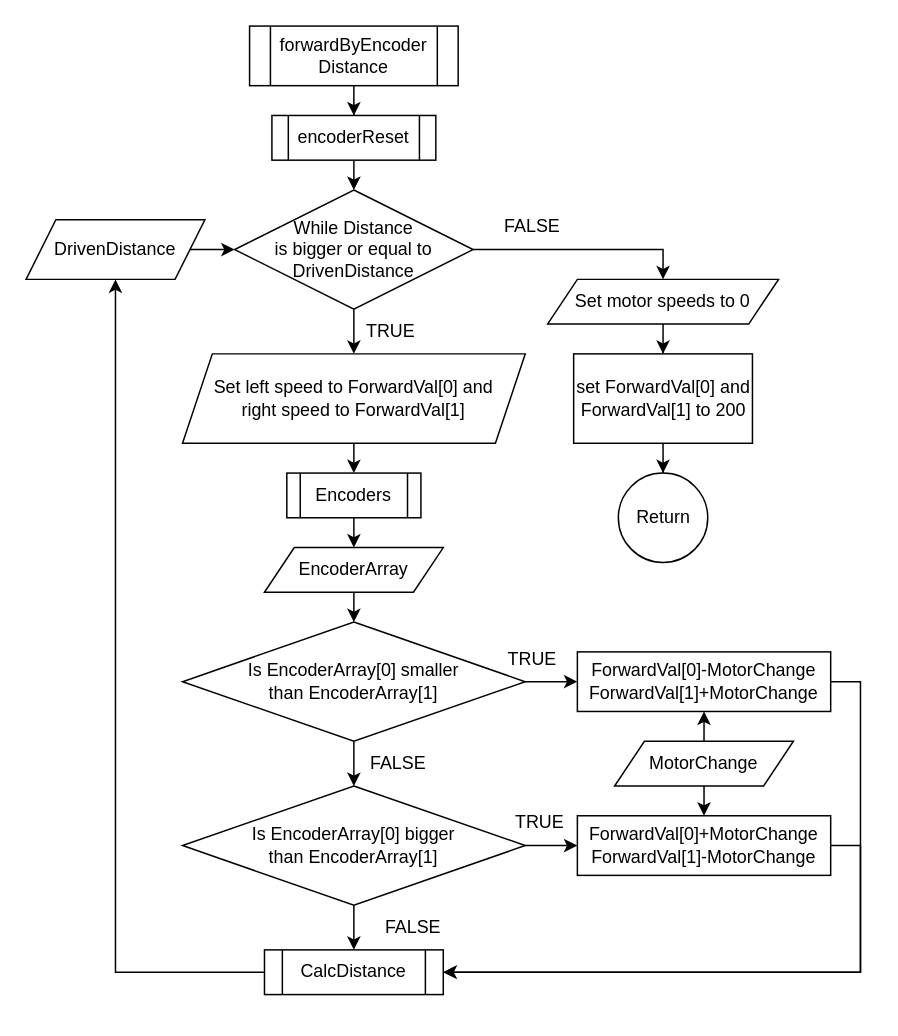
This is Draw/forwardByEncoder.drawio from jens1906/P1-project-1.-semester, a draw.io file, before an edit. Source tidied: cells renumbered, new cells numbered last; positions are measured from the earlier drawing's top-left corner, leaving out a move shared by most shapes. Both pictures are drawn from the tidied source at 149%, with x=0, y=0 at pixel (25, 25).
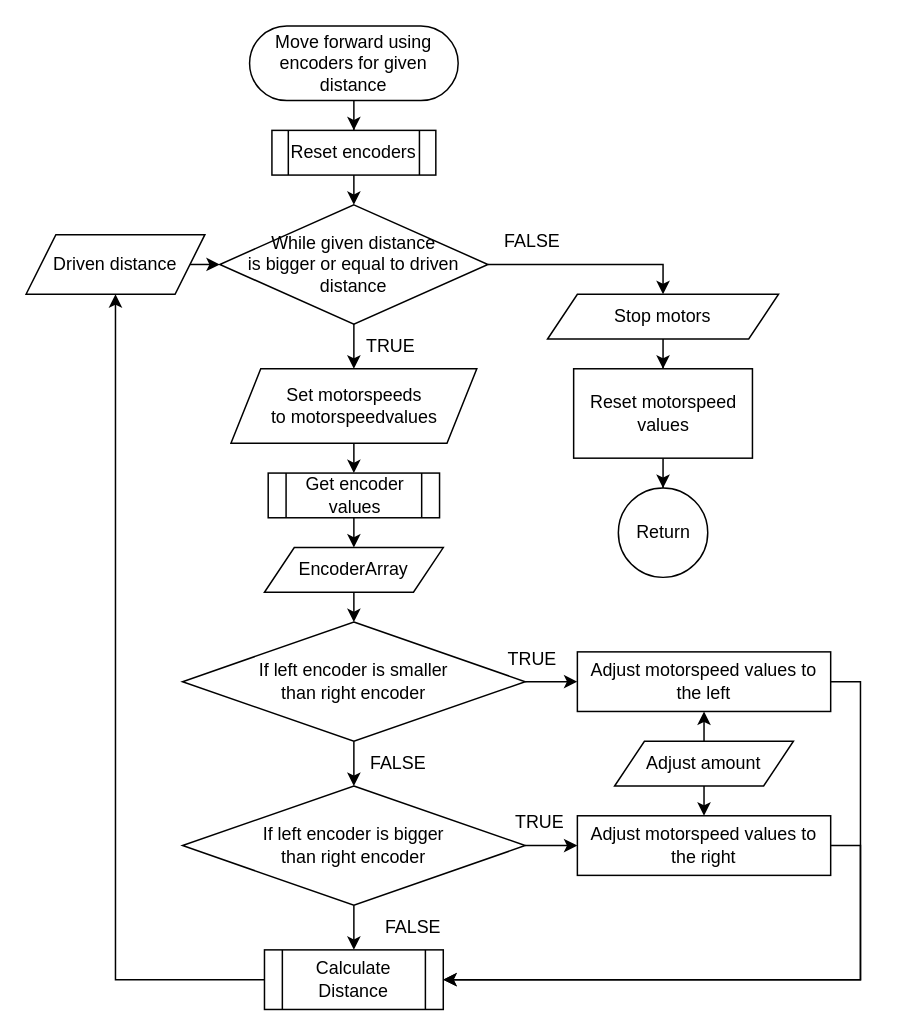
After the change.

What changed in the source:
```diff
@@
-    <mxCell id="3" value="forwardByEncoder&lt;br&gt;Distance" style="shape=process;whiteSpace=wrap;html=1;backgroundOutline=1;" parent="1" vertex="1">
-      <mxGeometry x="150" width="140" height="40" as="geometry" />
+    <mxCell id="3" value="Move forward using encoders for given distance" style="rounded=1;whiteSpace=wrap;html=1;arcSize=50;" parent="1" vertex="1">
+      <mxGeometry x="150" width="140" height="50" as="geometry" />
     </mxCell>
@@
-    <mxCell id="5" value="encoderReset" style="shape=process;whiteSpace=wrap;html=1;backgroundOutline=1;" parent="1" vertex="1">
-      <mxGeometry x="165" y="60" width="110" height="30" as="geometry" />
+    <mxCell id="5" value="Reset encoders" style="shape=process;whiteSpace=wrap;html=1;backgroundOutline=1;" parent="1" vertex="1">
+      <mxGeometry x="165" y="70" width="110" height="30" as="geometry" />
     </mxCell>
@@
-    <mxCell id="8" value="While Distance &lt;br&gt;is bigger or equal to DrivenDistance" style="rhombus;whiteSpace=wrap;html=1;" parent="1" vertex="1">
-      <mxGeometry x="140" y="110" width="160" height="80" as="geometry" />
+    <mxCell id="8" value="While given distance &lt;br&gt;is bigger or equal to driven distance" style="rhombus;whiteSpace=wrap;html=1;" parent="1" vertex="1">
+      <mxGeometry x="130" y="120" width="180" height="80" as="geometry" />
     </mxCell>
@@
-    <mxCell id="10" value="Set left speed to ForwardVal[0] and &lt;br&gt;right speed to ForwardVal[1]" style="shape=parallelogram;perimeter=parallelogramPerimeter;whiteSpace=wrap;html=1;fixedSize=1;" parent="1" vertex="1">
-      <mxGeometry x="105" y="220" width="230" height="60" as="geometry" />
+    <mxCell id="10" value="Set motorspeeds &lt;br&gt;to motorspeedvalues" style="shape=parallelogram;perimeter=parallelogramPerimeter;whiteSpace=wrap;html=1;fixedSize=1;" parent="1" vertex="1">
+      <mxGeometry x="137.5" y="230" width="165" height="50" as="geometry" />
     </mxCell>
@@
-    <mxCell id="12" value="Encoders" style="shape=process;whiteSpace=wrap;html=1;backgroundOutline=1;" parent="1" vertex="1">
-      <mxGeometry x="175" y="300" width="90" height="30" as="geometry" />
+    <mxCell id="12" value="Get encoder values" style="shape=process;whiteSpace=wrap;html=1;backgroundOutline=1;" parent="1" vertex="1">
+      <mxGeometry x="162.5" y="300" width="115" height="30" as="geometry" />
     </mxCell>
@@
-    <mxCell id="15" value="Is EncoderArray[0] smaller &lt;br&gt;than EncoderArray[1]" style="rhombus;whiteSpace=wrap;html=1;" parent="1" vertex="1">
+    <mxCell id="15" value="If left encoder is smaller &lt;br&gt;than right encoder" style="rhombus;whiteSpace=wrap;html=1;" parent="1" vertex="1">
       <mxGeometry x="105" y="400" width="230" height="80" as="geometry" />
     </mxCell>
@@
-    <mxCell id="19" value="ForwardVal[0]-MotorChange&lt;br&gt;ForwardVal[1]+MotorChange" style="rounded=0;whiteSpace=wrap;html=1;" parent="1" vertex="1">
+    <mxCell id="19" value="Adjust motorspeed values to the left" style="rounded=0;whiteSpace=wrap;html=1;" parent="1" vertex="1">
       <mxGeometry x="370" y="420" width="170" height="40" as="geometry" />
     </mxCell>
@@
-    <mxCell id="22" value="Is EncoderArray[0] bigger&lt;br&gt;than EncoderArray[1]" style="rhombus;whiteSpace=wrap;html=1;" parent="1" vertex="1">
+    <mxCell id="22" value="If left encoder is bigger&lt;br style=&quot;border-color: var(--border-color);&quot;&gt;than right encoder" style="rhombus;whiteSpace=wrap;html=1;" parent="1" vertex="1">
       <mxGeometry x="105" y="510" width="230" height="80" as="geometry" />
     </mxCell>
@@
-    <mxCell id="24" value="ForwardVal[0]+MotorChange&lt;br&gt;ForwardVal[1]-MotorChange" style="rounded=0;whiteSpace=wrap;html=1;" parent="1" vertex="1">
+    <mxCell id="24" value="Adjust motorspeed values to the right" style="rounded=0;whiteSpace=wrap;html=1;" parent="1" vertex="1">
       <mxGeometry x="370" y="530" width="170" height="40" as="geometry" />
     </mxCell>
@@
-    <mxCell id="30" value="DrivenDistance" style="shape=parallelogram;perimeter=parallelogramPerimeter;whiteSpace=wrap;html=1;fixedSize=1;" parent="1" vertex="1">
-      <mxGeometry y="130" width="120" height="40" as="geometry" />
+    <mxCell id="30" value="Driven distance" style="shape=parallelogram;perimeter=parallelogramPerimeter;whiteSpace=wrap;html=1;fixedSize=1;" parent="1" vertex="1">
+      <mxGeometry y="140" width="120" height="40" as="geometry" />
     </mxCell>
@@
-    <mxCell id="32" value="CalcDistance" style="shape=process;whiteSpace=wrap;html=1;backgroundOutline=1;" parent="1" vertex="1">
-      <mxGeometry x="160" y="620" width="120" height="30" as="geometry" />
+    <mxCell id="32" value="Calculate Distance" style="shape=process;whiteSpace=wrap;html=1;backgroundOutline=1;" parent="1" vertex="1">
+      <mxGeometry x="160" y="620" width="120" height="40" as="geometry" />
     </mxCell>
     <mxCell id="33" value="TRUE" style="text;html=1;strokeColor=none;fillColor=none;align=center;verticalAlign=middle;whiteSpace=wrap;rounded=0;" parent="1" vertex="1">
-      <mxGeometry x="215" y="190" width="60" height="30" as="geometry" />
+      <mxGeometry x="215" y="200" width="60" height="30" as="geometry" />
     </mxCell>
     <mxCell id="34" value="FALSE" style="text;html=1;strokeColor=none;fillColor=none;align=center;verticalAlign=middle;whiteSpace=wrap;rounded=0;" parent="1" vertex="1">
-      <mxGeometry x="310" y="120" width="60" height="30" as="geometry" />
+      <mxGeometry x="310" y="130" width="60" height="30" as="geometry" />
     </mxCell>
@@
-    <mxCell id="36" value="Set motor speeds to 0" style="shape=parallelogram;perimeter=parallelogramPerimeter;whiteSpace=wrap;html=1;fixedSize=1;" parent="1" vertex="1">
-      <mxGeometry x="350" y="170" width="155" height="30" as="geometry" />
+    <mxCell id="36" value="Stop motors" style="shape=parallelogram;perimeter=parallelogramPerimeter;whiteSpace=wrap;html=1;fixedSize=1;" parent="1" vertex="1">
+      <mxGeometry x="350" y="180" width="155" height="30" as="geometry" />
     </mxCell>
@@
-    <mxCell id="38" value="set ForwardVal[0] and ForwardVal[1] to 200" style="whiteSpace=wrap;html=1;rounded=0;" parent="1" vertex="1">
-      <mxGeometry x="367.5" y="220" width="120" height="60" as="geometry" />
+    <mxCell id="38" value="Reset motorspeed values" style="whiteSpace=wrap;html=1;rounded=0;" parent="1" vertex="1">
+      <mxGeometry x="367.5" y="230" width="120" height="60" as="geometry" />
     </mxCell>
     <mxCell id="39" value="Return" style="ellipse;whiteSpace=wrap;html=1;rounded=0;" parent="1" vertex="1">
-      <mxGeometry x="397.5" y="300" width="60" height="60" as="geometry" />
+      <mxGeometry x="397.5" y="310" width="60" height="60" as="geometry" />
     </mxCell>
@@
-    <mxCell id="42" value="MotorChange" style="shape=parallelogram;perimeter=parallelogramPerimeter;whiteSpace=wrap;html=1;fixedSize=1;" parent="1" vertex="1">
+    <mxCell id="42" value="Adjust amount" style="shape=parallelogram;perimeter=parallelogramPerimeter;whiteSpace=wrap;html=1;fixedSize=1;" parent="1" vertex="1">
       <mxGeometry x="395" y="480" width="120" height="30" as="geometry" />
     </mxCell>
```
